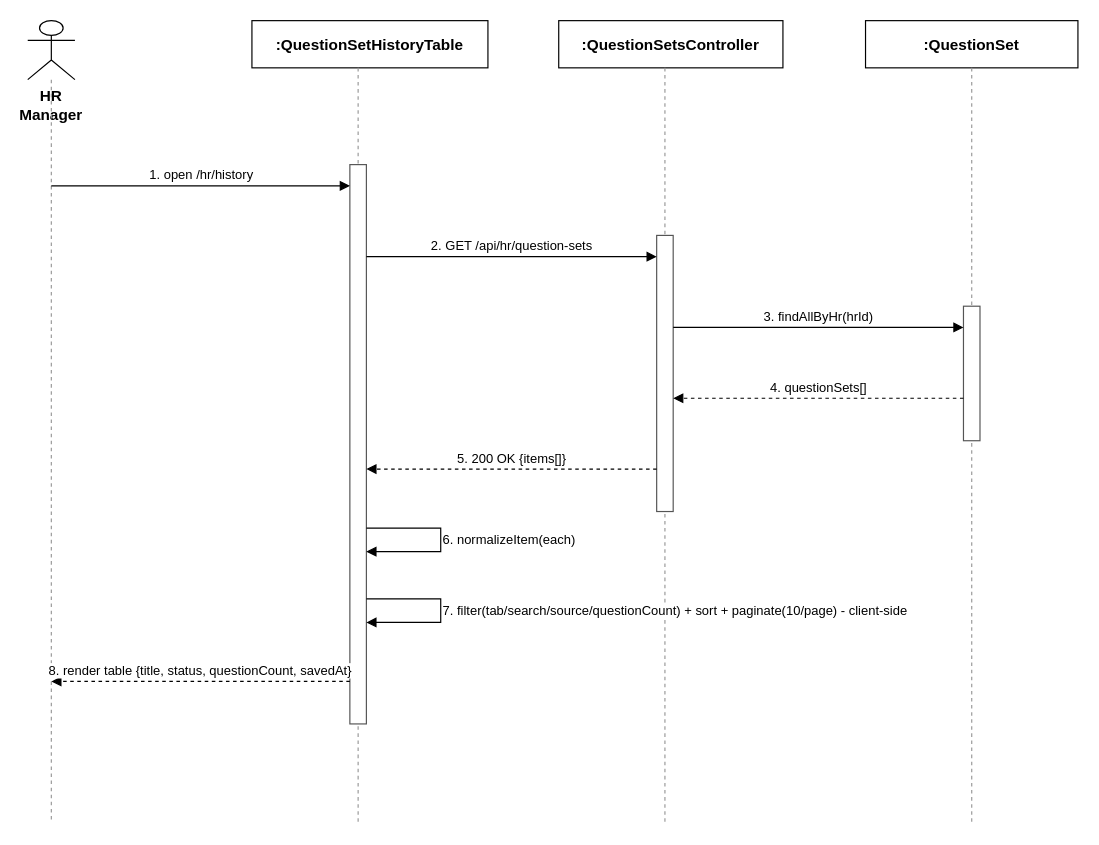
This is docs/qa/Nam_SequenceDiagram/17_QuestionSetManagement_ListQuestionSets.drawio from tulklk/AI_Interview_Question_Generation_RAG_LLM_FE, a draw.io file, before an edit. Source tidied: cells renumbered, new cells numbered last; positions are measured from the earlier drawing's top-left corner, leaving out a move shared by most shapes. Both pictures are drawn from the tidied source at 118%, with x=0, y=0 at pixel (27, 20).
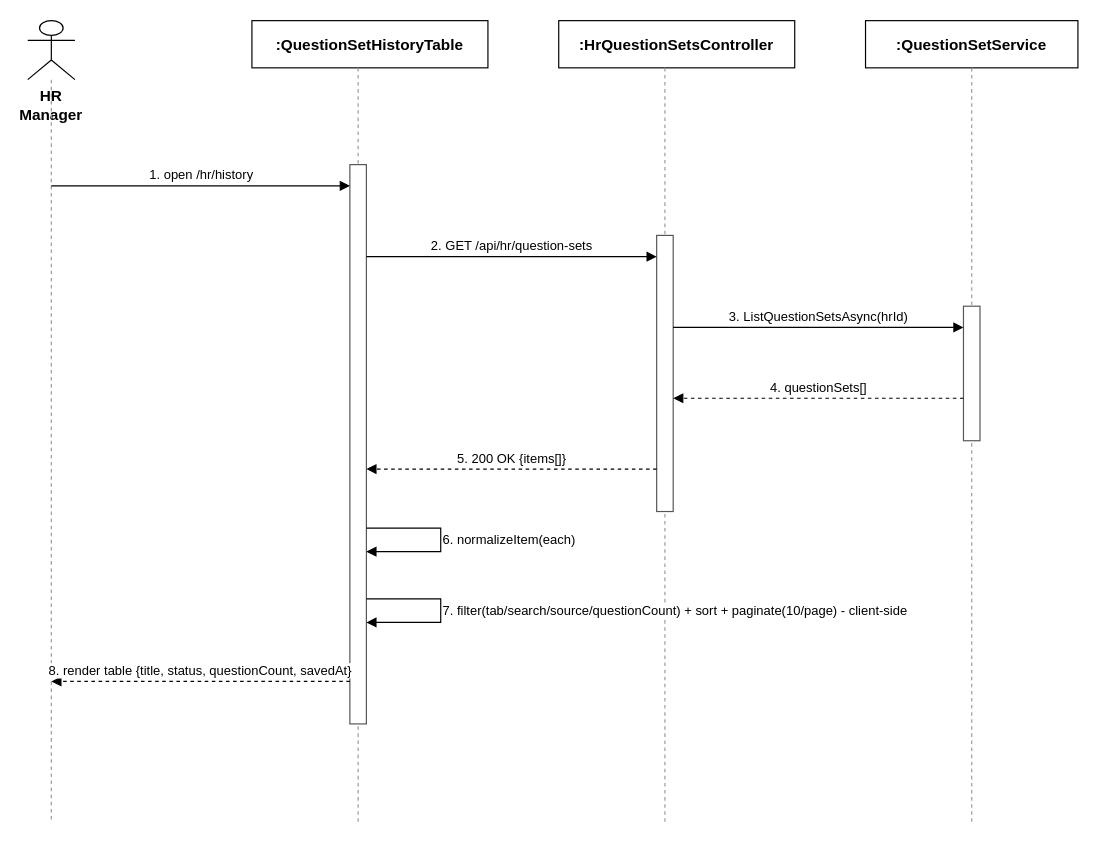
Above is the later version.

Commit message (it also covers changes not shown here):
docs(qa): correct AI Question Generation and Question Set diagrams against real BE

What changed in the source:
```diff
@@
-    <mxCell id="6" value=":QuestionSetsController" style="rounded=0;whiteSpace=wrap;html=1;fontSize=13;fillColor=#ffffff;strokeColor=#000000;fontStyle=1;" parent="1" vertex="1">
-      <mxGeometry x="450" width="190" height="40" as="geometry" />
+    <mxCell id="6" value=":HrQuestionSetsController" style="rounded=0;whiteSpace=wrap;html=1;fontSize=13;fillColor=#ffffff;strokeColor=#000000;fontStyle=1;" parent="1" vertex="1">
+      <mxGeometry x="450" width="200" height="40" as="geometry" />
     </mxCell>
@@
-    <mxCell id="8" value=":QuestionSet" style="rounded=0;whiteSpace=wrap;html=1;fontSize=13;fillColor=#ffffff;strokeColor=#000000;fontStyle=1;" parent="1" vertex="1">
+    <mxCell id="8" value=":QuestionSetService" style="rounded=0;whiteSpace=wrap;html=1;fontSize=13;fillColor=#ffffff;strokeColor=#000000;fontStyle=1;" parent="1" vertex="1">
       <mxGeometry x="710" width="180" height="40" as="geometry" />
     </mxCell>
@@
-    <mxCell id="15" value="3. findAllByHr(hrId)" style="endArrow=block;endFill=1;html=1;fontSize=11;align=center;verticalAlign=bottom;labelBackgroundColor=#ffffff;strokeColor=#000000;" parent="1" edge="1">
+    <mxCell id="15" value="3. ListQuestionSetsAsync(hrId)" style="endArrow=block;endFill=1;html=1;fontSize=11;align=center;verticalAlign=bottom;labelBackgroundColor=#ffffff;strokeColor=#000000;" parent="1" edge="1">
       <mxGeometry relative="1" as="geometry">
         <mxPoint x="547" y="260" as="sourcePoint" />
         <mxPoint x="793" y="260" as="targetPoint" />
       </mxGeometry>
     </mxCell>
```
